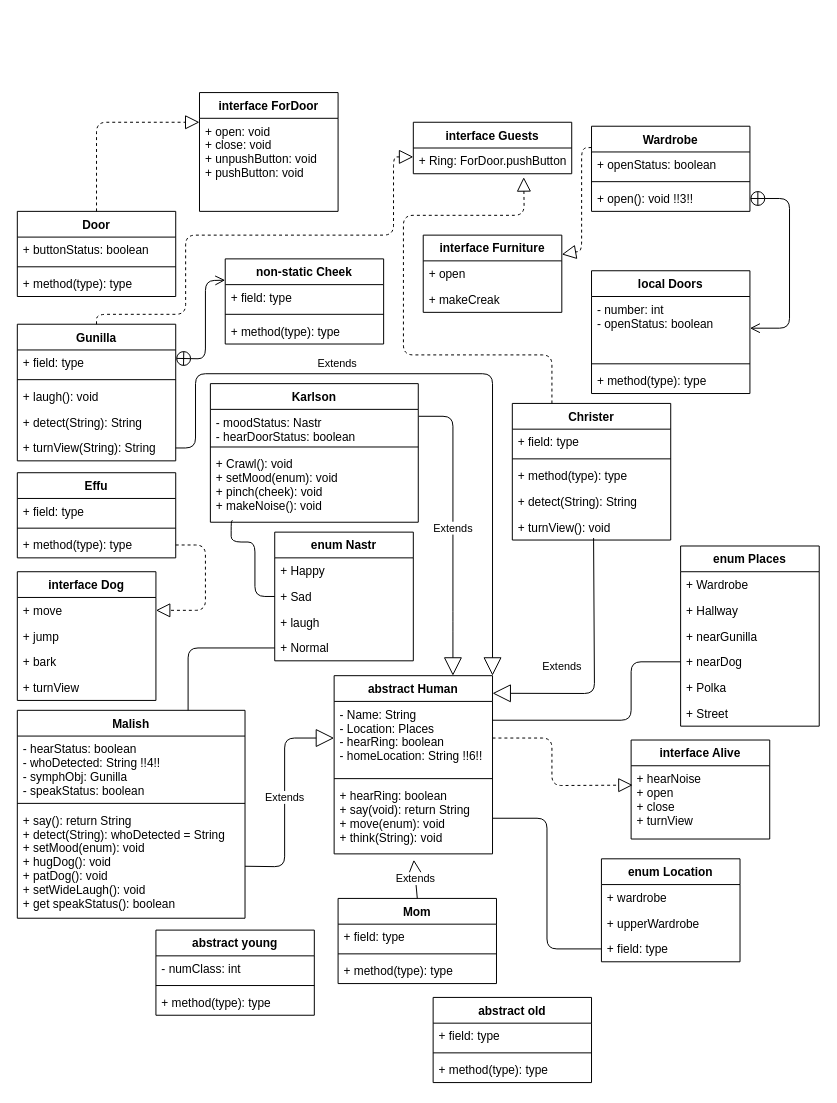
Above: ClassDiagramm.drawio in dmittrey/PROG (draw.io), before the change. Source tidied: cells renumbered, new cells numbered last; positions are measured from the earlier drawing's top-left corner, leaving out a move shared by most shapes. Both pictures are drawn from the tidied source at 99%, with x=0, y=0 at pixel (17, 92).
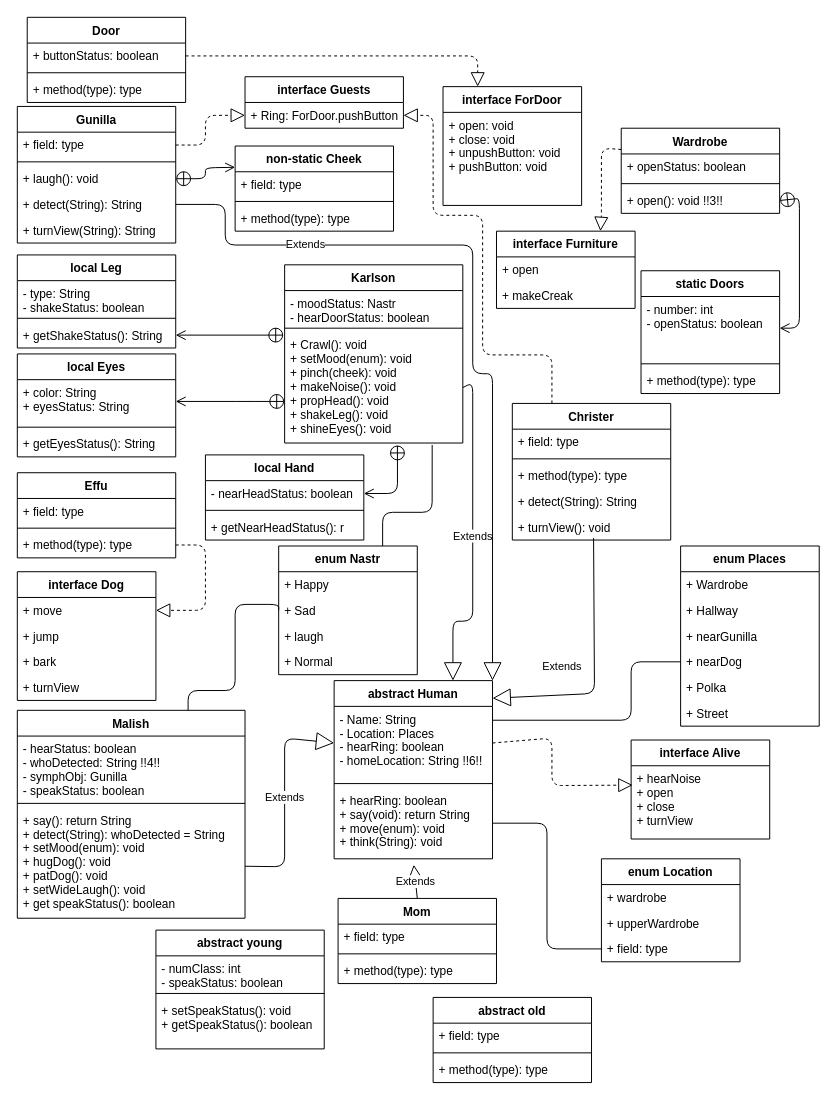
The same diagram, later.

Unchanged cells that the change refers to:
```xml
<mxCell id="2" value="Malish" style="swimlane;fontStyle=1;align=center;verticalAlign=top;horizontal=1;startSize=26;" parent="1" vertex="1">
  <mxGeometry y="624" width="230" height="210" as="geometry" />
</mxCell>
<mxCell id="20" value="interface Alive" style="swimlane;fontStyle=1;horizontal=1;startSize=26;fillColor=none;" parent="1" vertex="1">
  <mxGeometry x="620" y="654" width="140" height="100" as="geometry" />
</mxCell>
<mxCell id="26" value="+ open(): void !!3!!" style="text;strokeColor=none;fillColor=none;align=left;verticalAlign=top;spacingLeft=4;spacingRight=4;overflow=hidden;points=[[0,0.5],[1,0.5]];portConstraint=eastwest;" parent="23" vertex="1">
  <mxGeometry y="60" width="160" height="26" as="geometry" />
</mxCell>
<mxCell id="38" value="+ buttonStatus: boolean" style="text;strokeColor=none;fillColor=none;align=left;verticalAlign=top;spacingLeft=4;spacingRight=4;overflow=hidden;points=[[0,0.5],[1,0.5]];portConstraint=eastwest;" parent="37" vertex="1">
  <mxGeometry y="26" width="160" height="26" as="geometry" />
</mxCell>
<mxCell id="43" value="+ Sad" style="text;strokeColor=none;fillColor=none;align=left;verticalAlign=top;spacingLeft=4;spacingRight=4;overflow=hidden;points=[[0,0.5],[1,0.5]];portConstraint=eastwest;" parent="41" vertex="1">
  <mxGeometry y="52" width="140" height="26" as="geometry" />
</mxCell>
<mxCell id="45" value="+ Normal" style="text;strokeColor=none;fillColor=none;align=left;verticalAlign=top;spacingLeft=4;spacingRight=4;overflow=hidden;points=[[0,0.5],[1,0.5]];portConstraint=eastwest;" parent="41" vertex="1">
  <mxGeometry y="104" width="140" height="26" as="geometry" />
</mxCell>
<mxCell id="47" value="+ field: type" style="text;strokeColor=none;fillColor=none;align=left;verticalAlign=top;spacingLeft=4;spacingRight=4;overflow=hidden;points=[[0,0.5],[1,0.5]];portConstraint=eastwest;" parent="46" vertex="1">
  <mxGeometry y="26" width="160" height="26" as="geometry" />
</mxCell>
<mxCell id="49" value="+ laugh(): void" style="text;strokeColor=none;fillColor=none;align=left;verticalAlign=top;spacingLeft=4;spacingRight=4;overflow=hidden;points=[[0,0.5],[1,0.5]];portConstraint=eastwest;" parent="46" vertex="1">
  <mxGeometry y="60" width="160" height="26" as="geometry" />
</mxCell>
<mxCell id="50" value="+ detect(String): String" style="text;strokeColor=none;fillColor=none;align=left;verticalAlign=top;spacingLeft=4;spacingRight=4;overflow=hidden;points=[[0,0.5],[1,0.5]];portConstraint=eastwest;" parent="46" vertex="1">
  <mxGeometry y="86" width="160" height="26" as="geometry" />
</mxCell>
<mxCell id="51" value="+ turnView(String): String" style="text;strokeColor=none;fillColor=none;align=left;verticalAlign=top;spacingLeft=4;spacingRight=4;overflow=hidden;points=[[0,0.5],[1,0.5]];portConstraint=eastwest;" parent="46" vertex="1">
  <mxGeometry y="112" width="160" height="26" as="geometry" />
</mxCell>
<mxCell id="52" value="Christer" style="swimlane;fontStyle=1;align=center;verticalAlign=top;horizontal=1;startSize=26;" parent="1" vertex="1">
  <mxGeometry x="500" y="314" width="160" height="138" as="geometry" />
</mxCell>
<mxCell id="66" value="+ Ring: ForDoor.pushButton" style="text;strokeColor=none;fillColor=none;align=left;verticalAlign=top;spacingLeft=4;spacingRight=4;overflow=hidden;points=[[0,0.5],[1,0.5]];portConstraint=eastwest;" parent="65" vertex="1">
  <mxGeometry y="26" width="160" height="26" as="geometry" />
</mxCell>
```

Diff of the diagram source:
```diff
@@
     <mxCell id="6" value="Karlson" style="swimlane;fontStyle=1;align=center;verticalAlign=top;horizontal=1;startSize=26;" parent="1" vertex="1">
-      <mxGeometry x="195" y="294" width="210" height="140" as="geometry" />
+      <mxGeometry x="270" y="174" width="180" height="180" as="geometry" />
     </mxCell>
     <mxCell id="7" value="- moodStatus: Nastr&#10;- hearDoorStatus: boolean" style="text;strokeColor=none;fillColor=none;align=left;verticalAlign=top;spacingLeft=4;spacingRight=4;overflow=hidden;points=[[0,0.5],[1,0.5]];portConstraint=eastwest;" parent="6" vertex="1">
-      <mxGeometry y="26" width="210" height="34" as="geometry" />
+      <mxGeometry y="26" width="180" height="34" as="geometry" />
     </mxCell>
     <mxCell id="8" style="line;strokeWidth=1;fillColor=none;align=left;verticalAlign=middle;spacingTop=-1;spacingLeft=3;spacingRight=3;labelPosition=right;" parent="6" vertex="1">
-      <mxGeometry y="60" width="210" height="8" as="geometry" />
+      <mxGeometry y="60" width="180" height="8" as="geometry" />
     </mxCell>
-    <mxCell id="9" value="+ Crawl(): void&#10;+ setMood(enum): void&#10;+ pinch(cheek): void&#10;+ makeNoise(): void" style="text;strokeColor=none;fillColor=none;align=left;verticalAlign=top;spacingLeft=4;spacingRight=4;overflow=hidden;points=[[0,0.5],[1,0.5]];portConstraint=eastwest;" parent="6" vertex="1">
-      <mxGeometry y="68" width="210" height="72" as="geometry" />
+    <mxCell id="9" value="+ Crawl(): void&#10;+ setMood(enum): void&#10;+ pinch(cheek): void&#10;+ makeNoise(): void&#10;+ propHead(): void&#10;+ shakeLeg(): void&#10;+ shineEyes(): void" style="text;strokeColor=none;fillColor=none;align=left;verticalAlign=top;spacingLeft=4;spacingRight=4;overflow=hidden;points=[[0,0.5],[1,0.5]];portConstraint=eastwest;" parent="6" vertex="1">
+      <mxGeometry y="68" width="180" height="112" as="geometry" />
     </mxCell>
@@
-    <mxCell id="19" value="Extends" style="endArrow=block;endSize=16;endFill=0;html=1;exitX=1.002;exitY=0.206;exitDx=0;exitDy=0;exitPerimeter=0;entryX=0.75;entryY=0;entryDx=0;entryDy=0;" parent="1" edge="1" source="7" target="72">
+    <mxCell id="19" value="Extends" style="endArrow=block;endSize=16;endFill=0;html=1;entryX=0.75;entryY=0;entryDx=0;entryDy=0;exitX=1;exitY=0.5;exitDx=0;exitDy=0;" parent="1" edge="1" source="9" target="72">
       <mxGeometry relative="1" as="geometry">
         <Array as="points">
-          <mxPoint x="440" y="327" />
+          <mxPoint x="460" y="293" />
+          <mxPoint x="460" y="534" />
           <mxPoint x="440" y="534" />
         </Array>
       </mxGeometry>
     </mxCell>
@@
-    <mxCell id="21" value="+ hearNoise&#10;+ open&#10;+ close&#10;+ turnView" style="text;strokeColor=none;fillColor=none;align=left;verticalAlign=top;spacingLeft=4;spacingRight=4;overflow=hidden;points=[[0,0.5],[1,0.5]];portConstraint=eastwest;" parent="20" vertex="1">
+    <mxCell id="21" value="+ hearNoise&#10;+ open&#10;+ close&#10;+ turnView&#10;" style="text;strokeColor=none;fillColor=none;align=left;verticalAlign=top;spacingLeft=4;spacingRight=4;overflow=hidden;points=[[0,0.5],[1,0.5]];portConstraint=eastwest;" parent="20" vertex="1">
       <mxGeometry y="26" width="140" height="74" as="geometry" />
     </mxCell>
@@
     <mxCell id="23" value="Wardrobe" style="swimlane;fontStyle=1;align=center;verticalAlign=top;horizontal=1;startSize=26;" parent="1" vertex="1">
-      <mxGeometry x="580" y="34" width="160" height="86" as="geometry" />
+      <mxGeometry x="610" y="36" width="160" height="86" as="geometry" />
     </mxCell>
@@
-    <mxCell id="27" value="local Doors" style="swimlane;fontStyle=1;align=center;verticalAlign=top;horizontal=1;startSize=26;" parent="1" vertex="1">
-      <mxGeometry x="580" y="180" width="160" height="124" as="geometry" />
+    <mxCell id="27" value="static Doors" style="swimlane;fontStyle=1;align=center;verticalAlign=top;horizontal=1;startSize=26;" parent="1" vertex="1">
+      <mxGeometry x="630" y="180" width="140" height="124" as="geometry" />
     </mxCell>
     <mxCell id="28" value="- number: int&#10;- openStatus: boolean" style="text;strokeColor=none;fillColor=none;align=left;verticalAlign=top;spacingLeft=4;spacingRight=4;overflow=hidden;points=[[0,0.5],[1,0.5]];portConstraint=eastwest;" parent="27" vertex="1">
-      <mxGeometry y="26" width="160" height="64" as="geometry" />
+      <mxGeometry y="26" width="140" height="64" as="geometry" />
     </mxCell>
     <mxCell id="29" style="line;strokeWidth=1;fillColor=none;align=left;verticalAlign=middle;spacingTop=-1;spacingLeft=3;spacingRight=3;labelPosition=right;" parent="27" vertex="1">
-      <mxGeometry y="90" width="160" height="8" as="geometry" />
+      <mxGeometry y="90" width="140" height="8" as="geometry" />
     </mxCell>
     <mxCell id="30" value="+ method(type): type" style="text;strokeColor=none;fillColor=none;align=left;verticalAlign=top;spacingLeft=4;spacingRight=4;overflow=hidden;" parent="27" vertex="1">
-      <mxGeometry y="98" width="160" height="26" as="geometry" />
+      <mxGeometry y="98" width="140" height="26" as="geometry" />
     </mxCell>
     <mxCell id="31" value="interface Furniture" style="swimlane;fontStyle=1;horizontal=1;startSize=26;fillColor=none;" parent="1" vertex="1">
-      <mxGeometry x="410" y="144" width="140" height="78" as="geometry" />
+      <mxGeometry x="484" y="140" width="140" height="78" as="geometry" />
     </mxCell>
@@
-    <mxCell id="34" style="endArrow=block;dashed=1;endFill=0;endSize=12;html=1;exitX=0;exitY=0.25;exitDx=0;exitDy=0;entryX=1;entryY=0.25;entryDx=0;entryDy=0;" parent="1" edge="1" source="23" target="31">
+    <mxCell id="34" style="endArrow=block;dashed=1;endFill=0;endSize=12;html=1;exitX=0;exitY=0.25;exitDx=0;exitDy=0;entryX=0.75;entryY=0;entryDx=0;entryDy=0;" parent="1" edge="1" source="23" target="31">
       <mxGeometry relative="1" as="geometry">
         <Array as="points">
-          <mxPoint x="570" y="56" />
-          <mxPoint x="570" y="160" />
+          <mxPoint x="590" y="56" />
+          <mxPoint x="590" y="124" />
         </Array>
       </mxGeometry>
     </mxCell>
     <mxCell id="35" value="interface ForDoor" style="swimlane;fontStyle=1;horizontal=1;startSize=26;fillColor=none;" parent="1" vertex="1">
-      <mxGeometry x="184" width="140" height="120" as="geometry" />
+      <mxGeometry x="430" y="-6" width="140" height="120" as="geometry" />
     </mxCell>
@@
     <mxCell id="37" value="Door" style="swimlane;fontStyle=1;align=center;verticalAlign=top;horizontal=1;startSize=26;" parent="1" vertex="1">
-      <mxGeometry y="120" width="160" height="86" as="geometry" />
+      <mxGeometry x="10" y="-76" width="160" height="86" as="geometry" />
     </mxCell>
@@
     <mxCell id="41" value="enum Nastr" style="swimlane;fontStyle=1;horizontal=1;startSize=26;fillColor=none;" parent="1" vertex="1">
-      <mxGeometry x="260" y="444" width="140" height="130" as="geometry" />
+      <mxGeometry x="264" y="458" width="140" height="130" as="geometry" />
     </mxCell>
@@
     <mxCell id="46" value="Gunilla" style="swimlane;fontStyle=1;align=center;verticalAlign=top;horizontal=1;startSize=26;" parent="1" vertex="1">
-      <mxGeometry y="234" width="160" height="138" as="geometry" />
+      <mxGeometry y="14" width="160" height="138" as="geometry" />
     </mxCell>
@@
-    <mxCell id="59" value="Extends" style="endArrow=block;endSize=16;endFill=0;html=1;exitX=1;exitY=0.5;exitDx=0;exitDy=0;entryX=1;entryY=0;entryDx=0;entryDy=0;" parent="1" edge="1" source="51" target="72">
-      <mxGeometry x="-0.32" y="10" relative="1" as="geometry">
+    <mxCell id="59" value="Extends" style="endArrow=block;endSize=16;endFill=0;html=1;exitX=1;exitY=0.5;exitDx=0;exitDy=0;entryX=1;entryY=0;entryDx=0;entryDy=0;" parent="1" edge="1" source="50" target="72">
+      <mxGeometry x="-0.57" relative="1" as="geometry">
         <Array as="points">
-          <mxPoint x="180" y="359" />
-          <mxPoint x="180" y="284" />
+          <mxPoint x="210" y="113" />
+          <mxPoint x="210" y="154" />
+          <mxPoint x="460" y="154" />
+          <mxPoint x="460" y="284" />
           <mxPoint x="480" y="284" />
         </Array>
       </mxGeometry>
     </mxCell>
-    <mxCell id="60" style="endArrow=block;dashed=1;endFill=0;endSize=12;html=1;exitX=0.5;exitY=0;exitDx=0;exitDy=0;entryX=0;entryY=0.25;entryDx=0;entryDy=0;" parent="1" edge="1" source="37" target="35">
+    <mxCell id="60" style="endArrow=block;dashed=1;endFill=0;endSize=12;html=1;exitX=1;exitY=0.5;exitDx=0;exitDy=0;entryX=0.25;entryY=0;entryDx=0;entryDy=0;" parent="1" edge="1" source="38" target="35">
       <mxGeometry relative="1" as="geometry">
         <Array as="points">
-          <mxPoint x="80" y="30" />
+          <mxPoint x="190" y="-37" />
+          <mxPoint x="465" y="-37" />
         </Array>
       </mxGeometry>
     </mxCell>
-    <mxCell id="61" style="endArrow=block;dashed=1;endFill=0;endSize=12;html=1;exitX=0.5;exitY=0;exitDx=0;exitDy=0;entryX=0;entryY=0.5;entryDx=0;entryDy=0;" parent="1" edge="1" source="46">
+    <mxCell id="61" style="endArrow=block;dashed=1;endFill=0;endSize=12;html=1;exitX=1;exitY=0.5;exitDx=0;exitDy=0;entryX=0;entryY=0.5;entryDx=0;entryDy=0;" parent="1" edge="1" source="47" target="66">
       <mxGeometry relative="1" as="geometry">
-        <mxPoint x="400" y="65" as="targetPoint" />
         <Array as="points">
-          <mxPoint x="80" y="224" />
-          <mxPoint x="170" y="224" />
-          <mxPoint x="170" y="144" />
-          <mxPoint x="380" y="144" />
-          <mxPoint x="380" y="65" />
+          <mxPoint x="190" y="53" />
+          <mxPoint x="190" y="23" />
         </Array>
       </mxGeometry>
     </mxCell>
-    <mxCell id="62" style="endArrow=block;dashed=1;endFill=0;endSize=12;html=1;exitX=0.25;exitY=0;exitDx=0;exitDy=0;entryX=0.697;entryY=1.135;entryDx=0;entryDy=0;entryPerimeter=0;" parent="1" edge="1" source="52" target="66">
+    <mxCell id="62" style="endArrow=block;dashed=1;endFill=0;endSize=12;html=1;exitX=0.25;exitY=0;exitDx=0;exitDy=0;entryX=1;entryY=0.5;entryDx=0;entryDy=0;" parent="1" edge="1" source="52" target="66">
       <mxGeometry relative="1" as="geometry">
         <Array as="points">
           <mxPoint x="540" y="265" />
-          <mxPoint x="390" y="265" />
-          <mxPoint x="390" y="124" />
-          <mxPoint x="512" y="124" />
+          <mxPoint x="470" y="265" />
+          <mxPoint x="470" y="124" />
+          <mxPoint x="420" y="124" />
+          <mxPoint x="420" y="23" />
         </Array>
       </mxGeometry>
     </mxCell>
-    <mxCell id="63" style="endArrow=none;html=1;edgeStyle=orthogonalEdgeStyle;exitX=0.107;exitY=0.979;exitDx=0;exitDy=0;exitPerimeter=0;entryX=0;entryY=0.5;entryDx=0;entryDy=0;" parent="1" edge="1" source="9" target="43">
-      <mxGeometry relative="1" as="geometry">
-        <Array as="points">
-          <mxPoint x="216" y="433" />
-          <mxPoint x="216" y="454" />
-          <mxPoint x="240" y="454" />
-          <mxPoint x="240" y="509" />
-        </Array>
-      </mxGeometry>
-    </mxCell>
@@
     <mxCell id="65" value="interface Guests" style="swimlane;fontStyle=1;horizontal=1;startSize=26;fillColor=none;" parent="1" vertex="1">
-      <mxGeometry x="400" y="30" width="160" height="52" as="geometry" />
+      <mxGeometry x="230" y="-16" width="160" height="52" as="geometry" />
     </mxCell>
@@
     <mxCell id="72" value="abstract Human" style="swimlane;fontStyle=1;align=center;verticalAlign=top;horizontal=1;startSize=26;" parent="1" vertex="1">
-      <mxGeometry x="320" y="589" width="160" height="180" as="geometry" />
+      <mxGeometry x="320" y="594" width="160" height="180" as="geometry" />
     </mxCell>
@@
     <mxCell id="76" value="abstract young" style="swimlane;fontStyle=1;align=center;verticalAlign=top;horizontal=1;startSize=26;" parent="1" vertex="1">
-      <mxGeometry x="140" y="846" width="160" height="86" as="geometry" />
+      <mxGeometry x="140" y="846" width="170" height="120" as="geometry" />
     </mxCell>
-    <mxCell id="77" value="- numClass: int" style="text;strokeColor=none;fillColor=none;align=left;verticalAlign=top;spacingLeft=4;spacingRight=4;overflow=hidden;" parent="76" vertex="1">
-      <mxGeometry y="26" width="160" height="26" as="geometry" />
+    <mxCell id="77" value="- numClass: int&#10;- speakStatus: boolean" style="text;strokeColor=none;fillColor=none;align=left;verticalAlign=top;spacingLeft=4;spacingRight=4;overflow=hidden;" parent="76" vertex="1">
+      <mxGeometry y="26" width="170" height="34" as="geometry" />
     </mxCell>
     <mxCell id="78" style="line;strokeWidth=1;fillColor=none;align=left;verticalAlign=middle;spacingTop=-1;spacingLeft=3;spacingRight=3;labelPosition=right;" parent="76" vertex="1">
-      <mxGeometry y="52" width="160" height="8" as="geometry" />
+      <mxGeometry y="60" width="170" height="8" as="geometry" />
     </mxCell>
-    <mxCell id="79" value="+ method(type): type" style="text;strokeColor=none;fillColor=none;align=left;verticalAlign=top;spacingLeft=4;spacingRight=4;overflow=hidden;" parent="76" vertex="1">
-      <mxGeometry y="60" width="160" height="26" as="geometry" />
+    <mxCell id="79" value="+ setSpeakStatus(): void&#10;+ getSpeakStatus(): boolean" style="text;strokeColor=none;fillColor=none;align=left;verticalAlign=top;spacingLeft=4;spacingRight=4;overflow=hidden;" parent="76" vertex="1">
+      <mxGeometry y="68" width="170" height="52" as="geometry" />
     </mxCell>
@@
-    <mxCell id="98" style="endArrow=none;html=1;edgeStyle=orthogonalEdgeStyle;exitX=0;exitY=0.5;exitDx=0;exitDy=0;entryX=0.75;entryY=0;entryDx=0;entryDy=0;" parent="1" edge="1" source="45" target="2">
-      <mxGeometry relative="1" as="geometry" />
+    <mxCell id="98" style="endArrow=none;html=1;edgeStyle=orthogonalEdgeStyle;exitX=0;exitY=0.5;exitDx=0;exitDy=0;entryX=0.75;entryY=0;entryDx=0;entryDy=0;" parent="1" edge="1" source="43" target="2">
+      <mxGeometry relative="1" as="geometry">
+        <Array as="points">
+          <mxPoint x="220" y="517" />
+          <mxPoint x="220" y="604" />
+          <mxPoint x="173" y="604" />
+        </Array>
+      </mxGeometry>
     </mxCell>
     <mxCell id="99" value="non-static Cheek" style="swimlane;fontStyle=1;align=center;verticalAlign=top;horizontal=1;startSize=26;" parent="1" vertex="1">
-      <mxGeometry x="210" y="168" width="160" height="86" as="geometry" />
+      <mxGeometry x="220" y="54" width="160" height="86" as="geometry" />
     </mxCell>
@@
-    <mxCell id="103" style="endArrow=open;startArrow=circlePlus;endFill=0;startFill=0;endSize=8;html=1;exitX=1;exitY=0.25;exitDx=0;exitDy=0;entryX=0;entryY=0.25;entryDx=0;entryDy=0;" parent="1" edge="1" source="46" target="99">
+    <mxCell id="103" style="endArrow=open;startArrow=circlePlus;endFill=0;startFill=0;endSize=8;html=1;exitX=1;exitY=0.5;exitDx=0;exitDy=0;entryX=0;entryY=0.25;entryDx=0;entryDy=0;" parent="1" edge="1" source="49" target="99">
       <mxGeometry relative="1" as="geometry">
         <Array as="points">
-          <mxPoint x="190" y="269" />
-          <mxPoint x="190" y="190" />
+          <mxPoint x="190" y="87" />
+          <mxPoint x="190" y="76" />
         </Array>
       </mxGeometry>
     </mxCell>
     <mxCell id="104" style="endArrow=open;startArrow=circlePlus;endFill=0;startFill=0;endSize=8;html=1;exitX=1;exitY=0.5;exitDx=0;exitDy=0;entryX=1;entryY=0.5;entryDx=0;entryDy=0;" parent="1" edge="1" source="26" target="28">
       <mxGeometry relative="1" as="geometry">
         <Array as="points">
-          <mxPoint x="780" y="107" />
-          <mxPoint x="780" y="238" />
+          <mxPoint x="790" y="107" />
+          <mxPoint x="790" y="238" />
         </Array>
       </mxGeometry>
     </mxCell>
+    <mxCell id="105" value="local Hand" style="swimlane;fontStyle=1;align=center;verticalAlign=top;horizontal=1;startSize=26;" parent="1" vertex="1">
+      <mxGeometry x="190" y="366" width="160" height="86" as="geometry" />
+    </mxCell>
+    <mxCell id="106" value="- nearHeadStatus: boolean" style="text;strokeColor=none;fillColor=none;align=left;verticalAlign=top;spacingLeft=4;spacingRight=4;overflow=hidden;points=[[0,0.5],[1,0.5]];portConstraint=eastwest;" parent="105" vertex="1">
+      <mxGeometry y="26" width="160" height="26" as="geometry" />
+    </mxCell>
+    <mxCell id="107" style="line;strokeWidth=1;fillColor=none;align=left;verticalAlign=middle;spacingTop=-1;spacingLeft=3;spacingRight=3;labelPosition=right;" parent="105" vertex="1">
+      <mxGeometry y="52" width="160" height="8" as="geometry" />
+    </mxCell>
+    <mxCell id="108" value="+ getNearHeadStatus(): r" style="text;strokeColor=none;fillColor=none;align=left;verticalAlign=top;spacingLeft=4;spacingRight=4;overflow=hidden;" parent="105" vertex="1">
+      <mxGeometry y="60" width="160" height="26" as="geometry" />
+    </mxCell>
+    <mxCell id="109" value="local Leg" style="swimlane;fontStyle=1;align=center;verticalAlign=top;horizontal=1;startSize=26;" parent="1" vertex="1">
+      <mxGeometry y="164" width="160" height="94" as="geometry" />
+    </mxCell>
+    <mxCell id="110" value="- type: String&#10;- shakeStatus: boolean" style="text;strokeColor=none;fillColor=none;align=left;verticalAlign=top;spacingLeft=4;spacingRight=4;overflow=hidden;" parent="109" vertex="1">
+      <mxGeometry y="26" width="160" height="34" as="geometry" />
+    </mxCell>
+    <mxCell id="111" style="line;strokeWidth=1;fillColor=none;align=left;verticalAlign=middle;spacingTop=-1;spacingLeft=3;spacingRight=3;labelPosition=right;" parent="109" vertex="1">
+      <mxGeometry y="60" width="160" height="8" as="geometry" />
+    </mxCell>
+    <mxCell id="112" value="+ getShakeStatus(): String" style="text;strokeColor=none;fillColor=none;align=left;verticalAlign=top;spacingLeft=4;spacingRight=4;overflow=hidden;points=[[0,0.5],[1,0.5]];portConstraint=eastwest;" parent="109" vertex="1">
+      <mxGeometry y="68" width="160" height="26" as="geometry" />
+    </mxCell>
+    <mxCell id="113" style="endArrow=open;startArrow=circlePlus;endFill=0;startFill=0;endSize=8;html=1;entryX=1;entryY=0.5;entryDx=0;entryDy=0;" parent="1" edge="1" target="112">
+      <mxGeometry relative="1" as="geometry">
+        <mxPoint x="269" y="245" as="sourcePoint" />
+      </mxGeometry>
+    </mxCell>
+    <mxCell id="114" style="endArrow=open;startArrow=circlePlus;endFill=0;startFill=0;endSize=8;html=1;exitX=0.633;exitY=1.018;exitDx=0;exitDy=0;entryX=1;entryY=0.5;entryDx=0;entryDy=0;exitPerimeter=0;" parent="1" edge="1" source="9" target="106">
+      <mxGeometry relative="1" as="geometry">
+        <Array as="points">
+          <mxPoint x="384" y="405" />
+        </Array>
+      </mxGeometry>
+    </mxCell>
+    <mxCell id="115" value="local Eyes" style="swimlane;fontStyle=1;align=center;verticalAlign=top;horizontal=1;startSize=26;" parent="1" vertex="1">
+      <mxGeometry y="264" width="160" height="104" as="geometry" />
+    </mxCell>
+    <mxCell id="116" value="+ color: String&#10;+ eyesStatus: String" style="text;strokeColor=none;fillColor=none;align=left;verticalAlign=top;spacingLeft=4;spacingRight=4;overflow=hidden;points=[[0,0.5],[1,0.5]];portConstraint=eastwest;" parent="115" vertex="1">
+      <mxGeometry y="26" width="160" height="44" as="geometry" />
+    </mxCell>
+    <mxCell id="117" style="line;strokeWidth=1;fillColor=none;align=left;verticalAlign=middle;spacingTop=-1;spacingLeft=3;spacingRight=3;labelPosition=right;" parent="115" vertex="1">
+      <mxGeometry y="70" width="160" height="8" as="geometry" />
+    </mxCell>
+    <mxCell id="118" value="+ getEyesStatus(): String" style="text;strokeColor=none;fillColor=none;align=left;verticalAlign=top;spacingLeft=4;spacingRight=4;overflow=hidden;" parent="115" vertex="1">
+      <mxGeometry y="78" width="160" height="26" as="geometry" />
+    </mxCell>
+    <mxCell id="119" style="endArrow=none;html=1;edgeStyle=orthogonalEdgeStyle;entryX=0.75;entryY=0;entryDx=0;entryDy=0;exitX=0.828;exitY=1.018;exitDx=0;exitDy=0;exitPerimeter=0;" parent="1" edge="1" source="9" target="41">
+      <mxGeometry relative="1" as="geometry">
+        <Array as="points">
+          <mxPoint x="419" y="424" />
+          <mxPoint x="369" y="424" />
+        </Array>
+      </mxGeometry>
+    </mxCell>
+    <mxCell id="120" style="endArrow=open;startArrow=circlePlus;endFill=0;startFill=0;endSize=8;html=1;entryX=1;entryY=0.5;entryDx=0;entryDy=0;exitX=0;exitY=0.625;exitDx=0;exitDy=0;exitPerimeter=0;" parent="1" edge="1" source="9" target="116">
+      <mxGeometry relative="1" as="geometry">
+        <Array as="points">
+          <mxPoint x="230" y="312" />
+        </Array>
+      </mxGeometry>
+    </mxCell>
```
